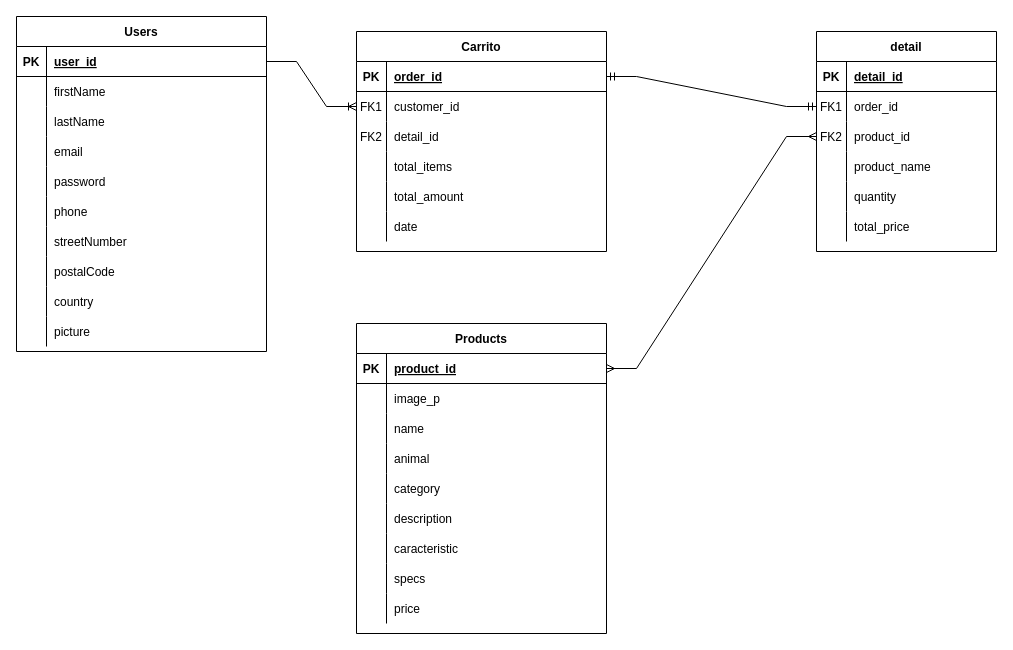
RiveraTheCreator/Digital_House_project keeps this draw.io diagram as Bases de Datos/diagrama.drawio. Above is the earlier version. Source tidied: cells renumbered, new cells numbered last; positions are measured from the earlier drawing's top-left corner, leaving out a move shared by most shapes. Both pictures are drawn from the tidied source at 100%, with x=0, y=0 at pixel (16, 16).
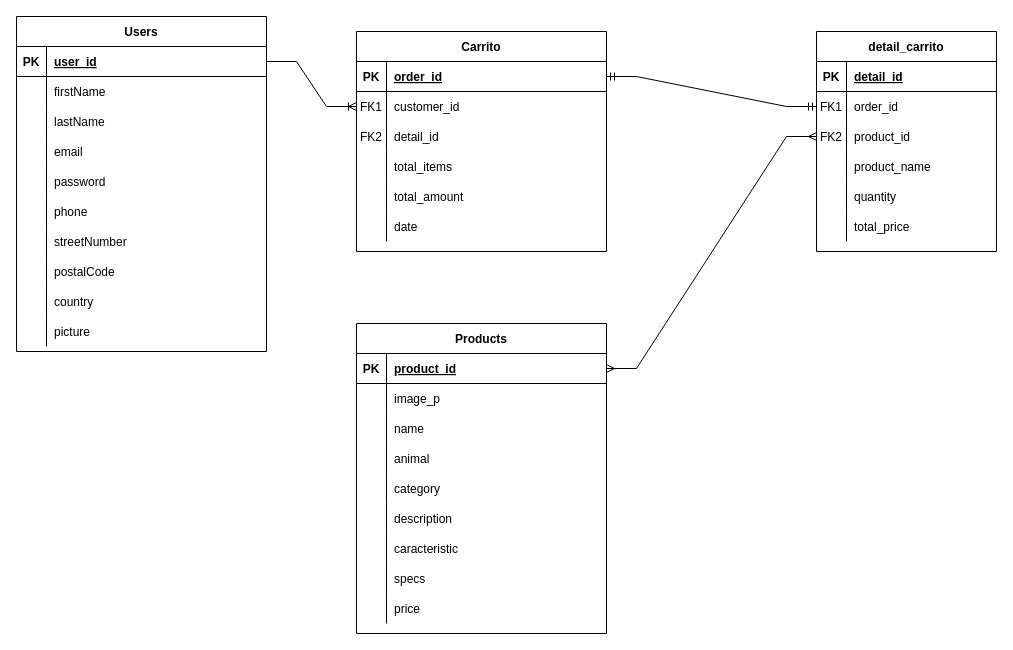
Above is the later version.

Commit message (it also covers changes not shown here):
Se agregan archivos de bases de datos

What changed in the source:
```diff
@@
-    <mxCell id="80" value="detail" style="shape=table;startSize=30;childLayout=tableLayout;rowLines=0;fontStyle=1;align=center;flipH=0;" parent="1" vertex="1">
+    <mxCell id="80" value="detail_carrito" style="shape=table;startSize=30;childLayout=tableLayout;rowLines=0;fontStyle=1;align=center;flipH=0;" parent="1" vertex="1">
       <mxGeometry x="800" y="15" width="180" height="220" as="geometry" />
     </mxCell>
```
